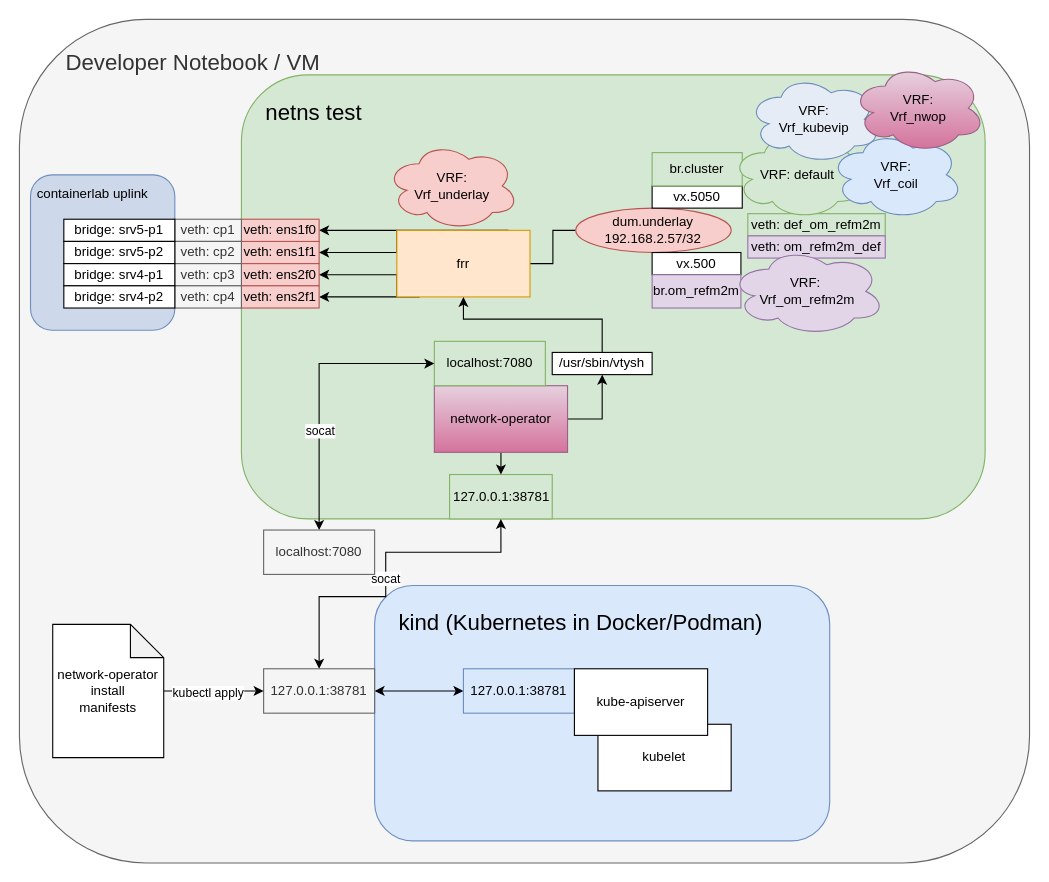
This is docs/test-env-setup.drawio from telekom/das-schiff-network-operator, a draw.io file, before an edit. Source tidied: cells renumbered, new cells numbered last; positions are measured from the earlier drawing's top-left corner, leaving out a move shared by most shapes. Both pictures are drawn from the tidied source at 111%, with x=0, y=0 at pixel (19, 19).
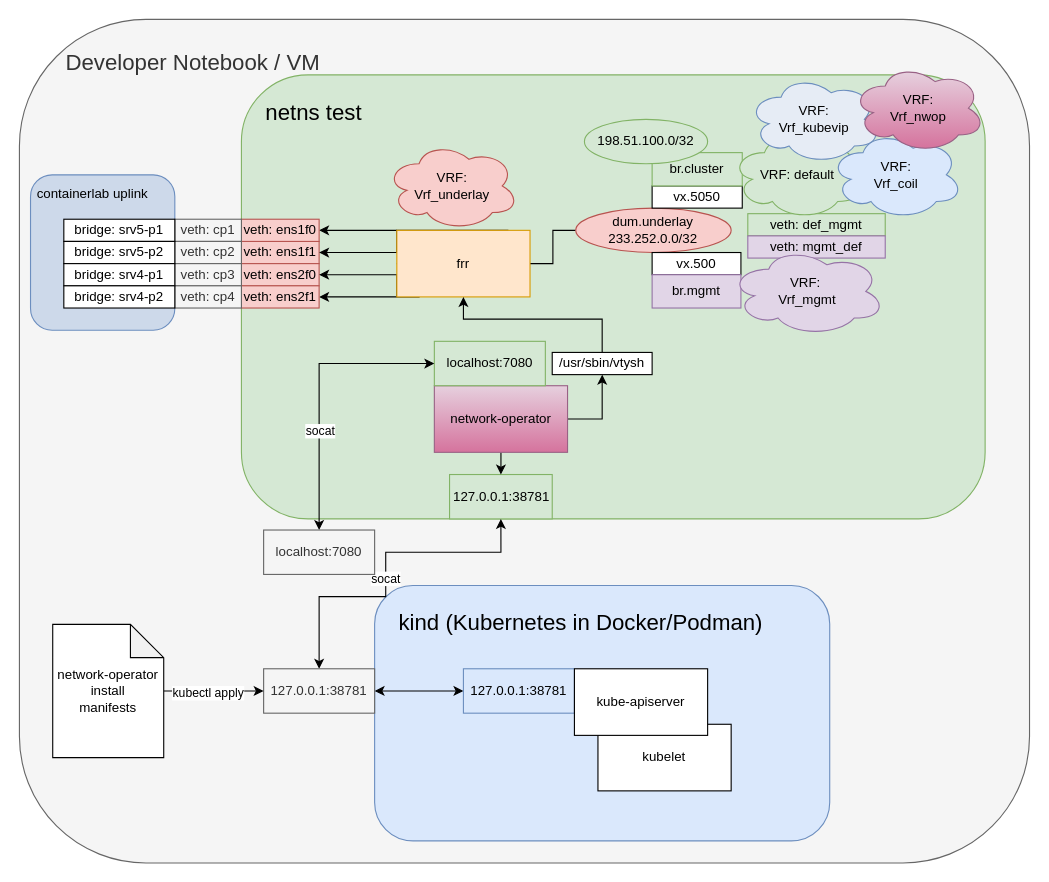
After the change.

Diff of the diagram source:
```diff
@@
-    <mxCell id="38" value="dum.underlay&lt;br&gt;192.168.2.57/32" style="ellipse;whiteSpace=wrap;html=1;fillColor=#f8cecc;strokeColor=#b85450;" parent="1" vertex="1">
+    <mxCell id="38" value="dum.underlay&lt;br&gt;233.252.0.0/32" style="ellipse;whiteSpace=wrap;html=1;fillColor=#f8cecc;strokeColor=#b85450;" parent="1" vertex="1">
       <mxGeometry x="501.2" y="170" width="140" height="40" as="geometry" />
     </mxCell>
@@
-    <mxCell id="46" value="veth: def_om_refm2m" style="rounded=0;whiteSpace=wrap;html=1;fillColor=#d5e8d4;strokeColor=#82b366;" parent="1" vertex="1">
+    <mxCell id="46" value="veth: def_mgmt" style="rounded=0;whiteSpace=wrap;html=1;fillColor=#d5e8d4;strokeColor=#82b366;" parent="1" vertex="1">
       <mxGeometry x="656.2" y="175" width="123.8" height="20" as="geometry" />
     </mxCell>
-    <mxCell id="47" value="veth: om_refm2m_def" style="rounded=0;whiteSpace=wrap;html=1;fillColor=#e1d5e7;strokeColor=#9673a6;" parent="1" vertex="1">
+    <mxCell id="47" value="veth: mgmt_def" style="rounded=0;whiteSpace=wrap;html=1;fillColor=#e1d5e7;strokeColor=#9673a6;" parent="1" vertex="1">
       <mxGeometry x="656.2" y="195" width="123.8" height="20" as="geometry" />
     </mxCell>
-    <mxCell id="48" value="br.om_refm2m" style="rounded=0;whiteSpace=wrap;html=1;fillColor=#e1d5e7;strokeColor=#9673a6;" parent="1" vertex="1">
+    <mxCell id="48" value="br.mgmt" style="rounded=0;whiteSpace=wrap;html=1;fillColor=#e1d5e7;strokeColor=#9673a6;" parent="1" vertex="1">
       <mxGeometry x="570" y="230" width="80" height="30" as="geometry" />
     </mxCell>
-    <mxCell id="49" value="VRF:&amp;nbsp;&lt;br&gt;Vrf_om_refm2m" style="ellipse;shape=cloud;whiteSpace=wrap;html=1;fillColor=#e1d5e7;strokeColor=#9673a6;" parent="1" vertex="1">
+    <mxCell id="49" value="VRF:&amp;nbsp;&lt;br&gt;Vrf_mgmt" style="ellipse;shape=cloud;whiteSpace=wrap;html=1;fillColor=#e1d5e7;strokeColor=#9673a6;" parent="1" vertex="1">
       <mxGeometry x="640" y="205" width="140" height="80" as="geometry" />
     </mxCell>
@@
+    <mxCell id="57" value="198.51.100.0/32" style="ellipse;whiteSpace=wrap;html=1;fillColor=#d5e8d4;strokeColor=#82b366;" parent="1" vertex="1">
+      <mxGeometry x="509" y="90" width="111" height="40" as="geometry" />
+    </mxCell>
```
